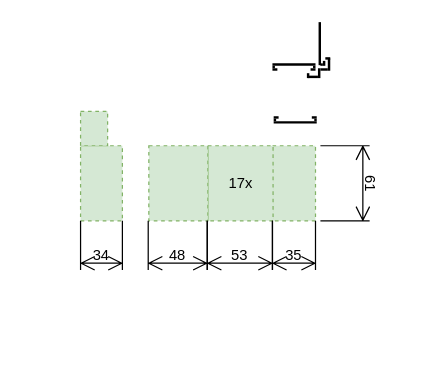
algimas/tmp keeps this draw.io diagram as HouseRoof.drawio. Above is the earlier version. Source tidied: cells renumbered, new cells numbered last; positions are measured from the earlier drawing's top-left corner, leaving out a move shared by most shapes. Both pictures are drawn from the tidied source at 123%, with x=0, y=0 at pixel (80, 37).
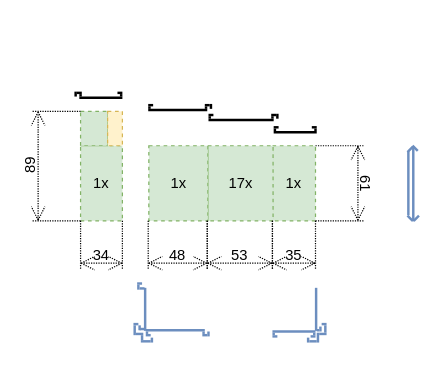
After the change.

Diff of the diagram source:
```diff
@@
-    <mxCell id="2" style="rounded=0;whiteSpace=wrap;html=1;fillColor=#d5e8d4;strokeColor=#82b366;dashed=1;" parent="1" vertex="1">
+    <mxCell id="2" value="1x" style="rounded=0;whiteSpace=wrap;html=1;fillColor=#d5e8d4;strokeColor=#82b366;dashed=1;" parent="1" vertex="1">
       <mxGeometry x="156" y="88" width="35" height="61" as="geometry" />
     </mxCell>
-    <mxCell id="3" style="rounded=0;whiteSpace=wrap;html=1;fillColor=#d5e8d4;strokeColor=#82b366;dashed=1;" parent="1" vertex="1">
+    <mxCell id="3" value="1x" style="rounded=0;whiteSpace=wrap;html=1;fillColor=#d5e8d4;strokeColor=#82b366;dashed=1;" parent="1" vertex="1">
       <mxGeometry y="88" width="34" height="61" as="geometry" />
     </mxCell>
@@
-    <mxCell id="6" style="rounded=0;whiteSpace=wrap;html=1;fillColor=#d5e8d4;strokeColor=#82b366;dashed=1;" parent="1" vertex="1">
+    <mxCell id="6" value="1x" style="rounded=0;whiteSpace=wrap;html=1;fillColor=#d5e8d4;strokeColor=#82b366;dashed=1;" parent="1" vertex="1">
       <mxGeometry x="55.5" y="88" width="48" height="61" as="geometry" />
     </mxCell>
-    <mxCell id="7" value="61" style="shape=dimension;direction=south;whiteSpace=wrap;html=1;align=center;verticalAlign=top;labelBackgroundColor=none;horizontal=0;spacingTop=-15;rotation=180;" parent="1" vertex="1">
-      <mxGeometry x="195" y="88" width="40" height="61" as="geometry" />
+    <mxCell id="7" value="61" style="shape=dimension;direction=south;whiteSpace=wrap;html=1;align=center;verticalAlign=top;labelBackgroundColor=none;horizontal=0;spacingTop=-15;rotation=180;dashed=1;dashPattern=1 1;" parent="1" vertex="1">
+      <mxGeometry x="191" y="88" width="40" height="61" as="geometry" />
     </mxCell>
-    <mxCell id="8" value="48" style="shape=dimension;whiteSpace=wrap;html=1;align=center;verticalAlign=bottom;spacingBottom=3;labelBackgroundColor=none;" parent="1" vertex="1">
+    <mxCell id="8" value="48" style="shape=dimension;whiteSpace=wrap;html=1;align=center;verticalAlign=bottom;spacingBottom=3;labelBackgroundColor=none;dashed=1;dashPattern=1 1;" parent="1" vertex="1">
       <mxGeometry x="55" y="149" width="48" height="40" as="geometry" />
     </mxCell>
-    <mxCell id="9" value="53" style="shape=dimension;whiteSpace=wrap;html=1;align=center;verticalAlign=bottom;spacingBottom=3;labelBackgroundColor=none;" parent="1" vertex="1">
+    <mxCell id="9" value="53" style="shape=dimension;whiteSpace=wrap;html=1;align=center;verticalAlign=bottom;spacingBottom=3;labelBackgroundColor=none;dashed=1;dashPattern=1 1;" parent="1" vertex="1">
       <mxGeometry x="103" y="149" width="53" height="40" as="geometry" />
     </mxCell>
-    <mxCell id="10" value="35" style="shape=dimension;whiteSpace=wrap;html=1;align=center;verticalAlign=bottom;spacingBottom=3;labelBackgroundColor=none;" parent="1" vertex="1">
+    <mxCell id="10" value="35" style="shape=dimension;whiteSpace=wrap;html=1;align=center;verticalAlign=bottom;spacingBottom=3;labelBackgroundColor=none;dashed=1;dashPattern=1 1;" parent="1" vertex="1">
       <mxGeometry x="156" y="149" width="35" height="40" as="geometry" />
     </mxCell>
-    <mxCell id="11" value="34" style="shape=dimension;whiteSpace=wrap;html=1;align=center;verticalAlign=bottom;spacingBottom=3;labelBackgroundColor=none;" parent="1" vertex="1">
+    <mxCell id="11" value="34" style="shape=dimension;whiteSpace=wrap;html=1;align=center;verticalAlign=bottom;spacingBottom=3;labelBackgroundColor=none;dashed=1;dashPattern=1 1;" parent="1" vertex="1">
       <mxGeometry y="149" width="34" height="40" as="geometry" />
     </mxCell>
     <mxCell id="12" style="group;" parent="1" vertex="1">
-      <mxGeometry x="153" y="60" width="43" height="14" as="geometry" />
+      <mxGeometry x="153" y="68" width="43" height="14" as="geometry" />
     </mxCell>
@@
-    <mxCell id="18" style="line;strokeWidth=2;html=1;rotation=90;" parent="1" vertex="1">
-      <mxGeometry x="197" y="17" width="10" height="10" as="geometry" />
+    <mxCell id="18" style="line;strokeWidth=2;html=1;rotation=90;fillColor=#dae8fc;strokeColor=#6c8ebf;" parent="1" vertex="1">
+      <mxGeometry x="196" y="232" width="6" height="10" as="geometry" />
     </mxCell>
-    <mxCell id="19" style="line;strokeWidth=2;html=1;rotation=0;" parent="1" vertex="1">
-      <mxGeometry x="199" y="12" width="4" height="10" as="geometry" />
+    <mxCell id="19" style="line;strokeWidth=2;html=1;rotation=0;fillColor=#dae8fc;strokeColor=#6c8ebf;" parent="1" vertex="1">
+      <mxGeometry x="196" y="228" width="4" height="10" as="geometry" />
     </mxCell>
-    <mxCell id="20" style="line;strokeWidth=2;html=1;rotation=0;" parent="1" vertex="1">
-      <mxGeometry x="185" y="27" width="8" height="10" as="geometry" />
+    <mxCell id="20" style="line;strokeWidth=2;html=1;rotation=0;fillColor=#dae8fc;strokeColor=#6c8ebf;" parent="1" vertex="1">
+      <mxGeometry x="186" y="242" width="6" height="10" as="geometry" />
     </mxCell>
-    <mxCell id="21" style="line;strokeWidth=2;html=1;rotation=0;" parent="1" vertex="1">
-      <mxGeometry x="195" y="21" width="6" height="10" as="geometry" />
+    <mxCell id="21" style="line;strokeWidth=2;html=1;rotation=0;fillColor=#dae8fc;strokeColor=#6c8ebf;" parent="1" vertex="1">
+      <mxGeometry x="194" y="236" width="6" height="10" as="geometry" />
     </mxCell>
-    <mxCell id="22" style="line;strokeWidth=2;html=1;rotation=90;" parent="1" vertex="1">
-      <mxGeometry x="183" y="26" width="4" height="10" as="geometry" />
+    <mxCell id="22" style="line;strokeWidth=2;html=1;rotation=90;fillColor=#dae8fc;strokeColor=#6c8ebf;" parent="1" vertex="1">
+      <mxGeometry x="183" y="241" width="4" height="10" as="geometry" />
     </mxCell>
-    <mxCell id="23" style="line;strokeWidth=2;html=1;rotation=-90;" parent="1" vertex="1">
-      <mxGeometry x="177" width="35" height="10" as="geometry" />
+    <mxCell id="23" style="line;strokeWidth=2;html=1;rotation=-90;fillColor=#dae8fc;strokeColor=#6c8ebf;" parent="1" vertex="1">
+      <mxGeometry x="174" y="216" width="35" height="10" as="geometry" />
     </mxCell>
-    <mxCell id="24" style="line;strokeWidth=2;html=1;rotation=0;" parent="1" vertex="1">
-      <mxGeometry x="195" y="17" width="2" height="10" as="geometry" />
+    <mxCell id="24" style="line;strokeWidth=2;html=1;rotation=0;fillColor=#dae8fc;strokeColor=#6c8ebf;" parent="1" vertex="1">
+      <mxGeometry x="192" y="233" width="2" height="10" as="geometry" />
     </mxCell>
-    <mxCell id="25" style="line;strokeWidth=2;html=1;rotation=-90;" parent="1" vertex="1">
-      <mxGeometry x="196" y="16" width="4" height="10" as="geometry" />
+    <mxCell id="25" style="line;strokeWidth=2;html=1;rotation=-90;fillColor=#dae8fc;strokeColor=#6c8ebf;" parent="1" vertex="1">
+      <mxGeometry x="193" y="232" width="4" height="10" as="geometry" />
     </mxCell>
-    <mxCell id="26" style="line;strokeWidth=2;html=1;" parent="1" vertex="1">
-      <mxGeometry x="156" y="17" width="35" height="10" as="geometry" />
+    <mxCell id="26" style="line;strokeWidth=2;html=1;fillColor=#dae8fc;strokeColor=#6c8ebf;" parent="1" vertex="1">
+      <mxGeometry x="156" y="234" width="35" height="10" as="geometry" />
     </mxCell>
-    <mxCell id="27" style="line;strokeWidth=2;html=1;rotation=90;" parent="1" vertex="1">
-      <mxGeometry x="156" y="19" width="2" height="10" as="geometry" />
+    <mxCell id="27" style="line;strokeWidth=2;html=1;rotation=90;fillColor=#dae8fc;strokeColor=#6c8ebf;" parent="1" vertex="1">
+      <mxGeometry x="156" y="236" width="2" height="10" as="geometry" />
     </mxCell>
-    <mxCell id="28" style="line;strokeWidth=2;html=1;rotation=90;" parent="1" vertex="1">
-      <mxGeometry x="189" y="19" width="2" height="10" as="geometry" />
+    <mxCell id="28" style="line;strokeWidth=2;html=1;rotation=90;fillColor=#dae8fc;strokeColor=#6c8ebf;" parent="1" vertex="1">
+      <mxGeometry x="189" y="236" width="2" height="10" as="geometry" />
     </mxCell>
-    <mxCell id="29" style="line;strokeWidth=2;html=1;rotation=0;" parent="1" vertex="1">
-      <mxGeometry x="187" y="21" width="4" height="10" as="geometry" />
+    <mxCell id="29" style="line;strokeWidth=2;html=1;rotation=0;fillColor=#dae8fc;strokeColor=#6c8ebf;" parent="1" vertex="1">
+      <mxGeometry x="187" y="238" width="4" height="10" as="geometry" />
     </mxCell>
-    <mxCell id="30" style="line;strokeWidth=2;html=1;rotation=0;" parent="1" vertex="1">
-      <mxGeometry x="156" y="21" width="4" height="10" as="geometry" />
+    <mxCell id="30" style="line;strokeWidth=2;html=1;rotation=0;fillColor=#dae8fc;strokeColor=#6c8ebf;" parent="1" vertex="1">
+      <mxGeometry x="156" y="238" width="4" height="10" as="geometry" />
     </mxCell>
-    <mxCell id="31" style="line;strokeWidth=2;html=1;rotation=90;" parent="1" vertex="1">
-      <mxGeometry x="190" y="24" width="8" height="10" as="geometry" />
+    <mxCell id="31" style="line;strokeWidth=2;html=1;rotation=90;fillColor=#dae8fc;strokeColor=#6c8ebf;" parent="1" vertex="1">
+      <mxGeometry x="189" y="239" width="8" height="10" as="geometry" />
     </mxCell>
+    <mxCell id="32" style="line;strokeWidth=2;html=1;" parent="1" vertex="1">
+      <mxGeometry x="104" y="62" width="53" height="10" as="geometry" />
+    </mxCell>
+    <mxCell id="33" style="line;strokeWidth=2;html=1;rotation=0;" parent="1" vertex="1">
+      <mxGeometry x="104" y="58" width="4" height="10" as="geometry" />
+    </mxCell>
+    <mxCell id="34" style="line;strokeWidth=2;html=1;rotation=90;" parent="1" vertex="1">
+      <mxGeometry x="104" y="60" width="2" height="10" as="geometry" />
+    </mxCell>
+    <mxCell id="35" style="line;strokeWidth=2;html=1;rotation=90;" parent="1" vertex="1">
+      <mxGeometry x="155" y="60" width="2" height="10" as="geometry" />
+    </mxCell>
+    <mxCell id="36" style="line;strokeWidth=2;html=1;rotation=0;" parent="1" vertex="1">
+      <mxGeometry x="155" y="58" width="4" height="10" as="geometry" />
+    </mxCell>
+    <mxCell id="37" style="line;strokeWidth=2;html=1;rotation=90;" parent="1" vertex="1">
+      <mxGeometry x="158" y="59" width="4" height="10" as="geometry" />
+    </mxCell>
+    <mxCell id="38" style="line;strokeWidth=2;html=1;" parent="1" vertex="1">
+      <mxGeometry x="55" y="54" width="48" height="10" as="geometry" />
+    </mxCell>
+    <mxCell id="39" style="line;strokeWidth=2;html=1;rotation=0;" parent="1" vertex="1">
+      <mxGeometry x="55" y="50" width="4" height="10" as="geometry" />
+    </mxCell>
+    <mxCell id="40" style="line;strokeWidth=2;html=1;rotation=90;" parent="1" vertex="1">
+      <mxGeometry x="55" y="52" width="2" height="10" as="geometry" />
+    </mxCell>
+    <mxCell id="41" style="line;strokeWidth=2;html=1;rotation=90;" parent="1" vertex="1">
+      <mxGeometry x="101" y="52" width="2" height="10" as="geometry" />
+    </mxCell>
+    <mxCell id="42" style="line;strokeWidth=2;html=1;rotation=0;" parent="1" vertex="1">
+      <mxGeometry x="101" y="50" width="4" height="10" as="geometry" />
+    </mxCell>
+    <mxCell id="43" style="line;strokeWidth=2;html=1;rotation=90;" parent="1" vertex="1">
+      <mxGeometry x="104" y="51" width="4" height="10" as="geometry" />
+    </mxCell>
+    <mxCell id="44" style="line;strokeWidth=2;html=1;fillColor=#dae8fc;strokeColor=#6c8ebf;" parent="1" vertex="1">
+      <mxGeometry x="53" y="233" width="48" height="10" as="geometry" />
+    </mxCell>
+    <mxCell id="45" style="line;strokeWidth=2;html=1;rotation=0;fillColor=#dae8fc;strokeColor=#6c8ebf;" parent="1" vertex="1">
+      <mxGeometry x="53" y="237" width="4" height="10" as="geometry" />
+    </mxCell>
+    <mxCell id="46" style="line;strokeWidth=2;html=1;rotation=90;fillColor=#dae8fc;strokeColor=#6c8ebf;" parent="1" vertex="1">
+      <mxGeometry x="53" y="235" width="2" height="10" as="geometry" />
+    </mxCell>
+    <mxCell id="47" style="line;strokeWidth=2;html=1;rotation=90;fillColor=#dae8fc;strokeColor=#6c8ebf;" parent="1" vertex="1">
+      <mxGeometry x="99" y="235" width="2" height="10" as="geometry" />
+    </mxCell>
+    <mxCell id="48" style="line;strokeWidth=2;html=1;rotation=0;fillColor=#dae8fc;strokeColor=#6c8ebf;" parent="1" vertex="1">
+      <mxGeometry x="99" y="237" width="4" height="10" as="geometry" />
+    </mxCell>
+    <mxCell id="49" style="line;strokeWidth=2;html=1;rotation=90;fillColor=#dae8fc;strokeColor=#6c8ebf;" parent="1" vertex="1">
+      <mxGeometry x="102" y="236" width="4" height="10" as="geometry" />
+    </mxCell>
+    <mxCell id="50" style="line;strokeWidth=2;html=1;rotation=90;fillColor=#dae8fc;strokeColor=#6c8ebf;" parent="1" vertex="1">
+      <mxGeometry x="48" y="239" width="4" height="10" as="geometry" />
+    </mxCell>
+    <mxCell id="51" style="line;strokeWidth=2;html=1;rotation=0;fillColor=#dae8fc;strokeColor=#6c8ebf;" parent="1" vertex="1">
+      <mxGeometry x="49" y="242" width="8" height="10" as="geometry" />
+    </mxCell>
+    <mxCell id="52" style="line;strokeWidth=2;html=1;rotation=0;fillColor=#dae8fc;strokeColor=#6c8ebf;" parent="1" vertex="1">
+      <mxGeometry x="43" y="228" width="4" height="10" as="geometry" />
+    </mxCell>
+    <mxCell id="53" style="line;strokeWidth=2;html=1;rotation=0;fillColor=#dae8fc;strokeColor=#6c8ebf;" parent="1" vertex="1">
+      <mxGeometry x="45" y="236" width="6" height="10" as="geometry" />
+    </mxCell>
+    <mxCell id="54" style="line;strokeWidth=2;html=1;rotation=90;fillColor=#dae8fc;strokeColor=#6c8ebf;" parent="1" vertex="1">
+      <mxGeometry x="56" y="241" width="4" height="10" as="geometry" />
+    </mxCell>
+    <mxCell id="55" style="line;strokeWidth=2;html=1;rotation=-90;fillColor=#dae8fc;strokeColor=#6c8ebf;" parent="1" vertex="1">
+      <mxGeometry x="35" y="216" width="35" height="10" as="geometry" />
+    </mxCell>
+    <mxCell id="56" style="line;strokeWidth=2;html=1;rotation=-90;fillColor=#dae8fc;strokeColor=#6c8ebf;" parent="1" vertex="1">
+      <mxGeometry x="46" y="231" width="4" height="10" as="geometry" />
+    </mxCell>
+    <mxCell id="57" style="line;strokeWidth=2;html=1;rotation=0;fillColor=#dae8fc;strokeColor=#6c8ebf;" parent="1" vertex="1">
+      <mxGeometry x="48" y="232" width="4" height="10" as="geometry" />
+    </mxCell>
+    <mxCell id="58" style="line;strokeWidth=2;html=1;rotation=90;fillColor=#dae8fc;strokeColor=#6c8ebf;" parent="1" vertex="1">
+      <mxGeometry x="40" y="233" width="8" height="10" as="geometry" />
+    </mxCell>
+    <mxCell id="59" style="line;strokeWidth=2;html=1;" parent="1" vertex="1">
+      <mxGeometry x="-1" y="44" width="35" height="10" as="geometry" />
+    </mxCell>
+    <mxCell id="60" style="line;strokeWidth=2;html=1;rotation=90;" parent="1" vertex="1">
+      <mxGeometry x="-1" y="42" width="2" height="10" as="geometry" />
+    </mxCell>
+    <mxCell id="61" style="line;strokeWidth=2;html=1;rotation=90;" parent="1" vertex="1">
+      <mxGeometry x="32" y="42" width="2" height="10" as="geometry" />
+    </mxCell>
+    <mxCell id="62" style="line;strokeWidth=2;html=1;rotation=0;" parent="1" vertex="1">
+      <mxGeometry x="30" y="40" width="4" height="10" as="geometry" />
+    </mxCell>
+    <mxCell id="63" style="line;strokeWidth=2;html=1;rotation=0;" parent="1" vertex="1">
+      <mxGeometry x="-3" y="40" width="4" height="10" as="geometry" />
+    </mxCell>
+    <mxCell id="64" style="line;strokeWidth=2;html=1;rotation=90;" parent="1" vertex="1">
+      <mxGeometry x="-6" y="41" width="4" height="10" as="geometry" />
+    </mxCell>
+    <mxCell id="65" style="rounded=0;whiteSpace=wrap;html=1;fillColor=#fff2cc;strokeColor=#d6b656;dashed=1;" parent="1" vertex="1">
+      <mxGeometry x="22" y="60" width="12" height="28" as="geometry" />
+    </mxCell>
+    <mxCell id="66" style="line;strokeWidth=2;html=1;rotation=0;fillColor=#dae8fc;strokeColor=#6c8ebf;" parent="1" vertex="1">
+      <mxGeometry x="48" y="199" width="4" height="10" as="geometry" />
+    </mxCell>
+    <mxCell id="67" style="line;strokeWidth=2;html=1;rotation=-90;fillColor=#dae8fc;strokeColor=#6c8ebf;" parent="1" vertex="1">
+      <mxGeometry x="45" y="198" width="4" height="10" as="geometry" />
+    </mxCell>
+    <mxCell id="68" style="line;strokeWidth=2;html=1;rotation=0;fillColor=#dae8fc;strokeColor=#6c8ebf;" parent="1" vertex="1">
+      <mxGeometry x="46" y="195" width="4" height="10" as="geometry" />
+    </mxCell>
+    <mxCell id="69" value="89" style="shape=dimension;direction=south;whiteSpace=wrap;html=1;align=center;verticalAlign=top;labelBackgroundColor=none;horizontal=0;spacingTop=-15;rotation=0;dashed=1;dashPattern=1 1;" parent="1" vertex="1">
+      <mxGeometry x="-40" y="60" width="40" height="89" as="geometry" />
+    </mxCell>
+    <mxCell id="70" style="line;strokeWidth=2;html=1;rotation=-90;fillColor=#dae8fc;strokeColor=#6c8ebf;direction=east;flipH=0;flipV=0;" parent="1" vertex="1">
+      <mxGeometry x="240" y="114" width="61" height="10" as="geometry" />
+    </mxCell>
+    <mxCell id="71" style="line;strokeWidth=2;html=1;rotation=315;fillColor=#dae8fc;strokeColor=#6c8ebf;" parent="1" vertex="1">
+      <mxGeometry x="264.9" y="86.1" width="6" height="10" as="geometry" />
+    </mxCell>
+    <mxCell id="72" style="line;strokeWidth=2;html=1;rotation=45;fillColor=#dae8fc;strokeColor=#6c8ebf;" parent="1" vertex="1">
+      <mxGeometry x="269" y="85" width="6" height="10" as="geometry" />
+    </mxCell>
+    <mxCell id="73" style="line;strokeWidth=2;html=1;rotation=-90;fillColor=#dae8fc;strokeColor=#6c8ebf;direction=east;flipH=0;flipV=0;" parent="1" vertex="1">
+      <mxGeometry x="240.5" y="113.5" width="52" height="10" as="geometry" />
+    </mxCell>
+    <mxCell id="74" style="line;strokeWidth=2;html=1;rotation=135;fillColor=#dae8fc;strokeColor=#6c8ebf;" parent="1" vertex="1">
+      <mxGeometry x="270" y="142" width="6" height="10" as="geometry" />
+    </mxCell>
+    <mxCell id="75" style="line;strokeWidth=2;html=1;rotation=45;fillColor=#dae8fc;strokeColor=#6c8ebf;" parent="1" vertex="1">
+      <mxGeometry x="264.9" y="141.9" width="6" height="10" as="geometry" />
+    </mxCell>
```
